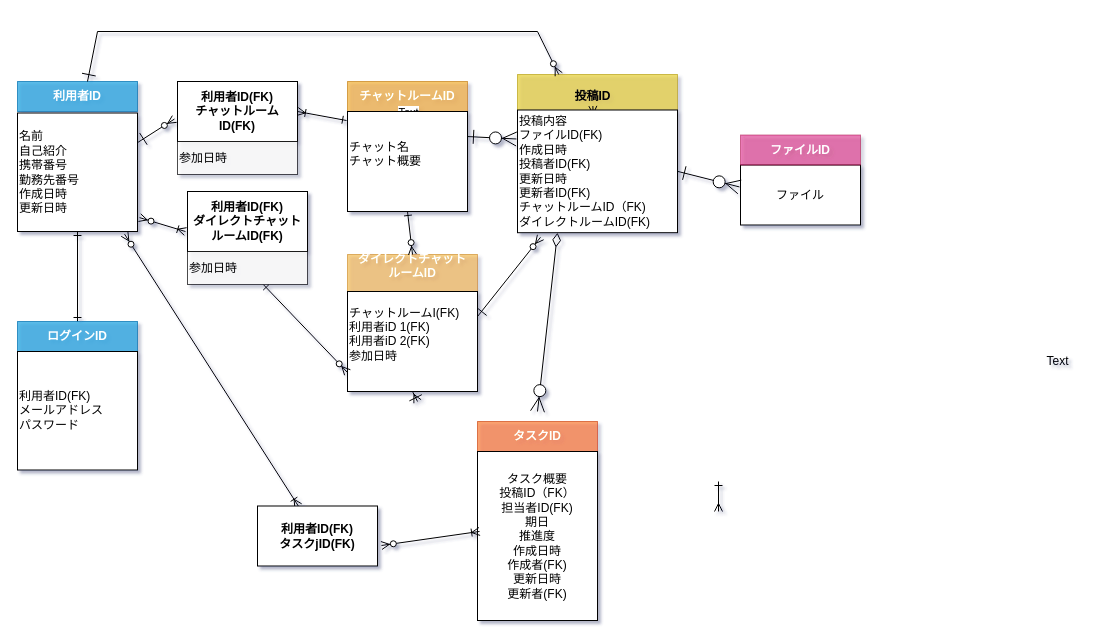
Earlier version of the draw.io diagram db/db-challenge1/db-challenge1.drawio (Yuina1012/quelcode-db). Source tidied: cells renumbered, new cells numbered last; positions are measured from the earlier drawing's top-left corner, leaving out a move shared by most shapes. Both pictures are drawn from the tidied source at 100%, with x=0, y=0 at pixel (17, 31).
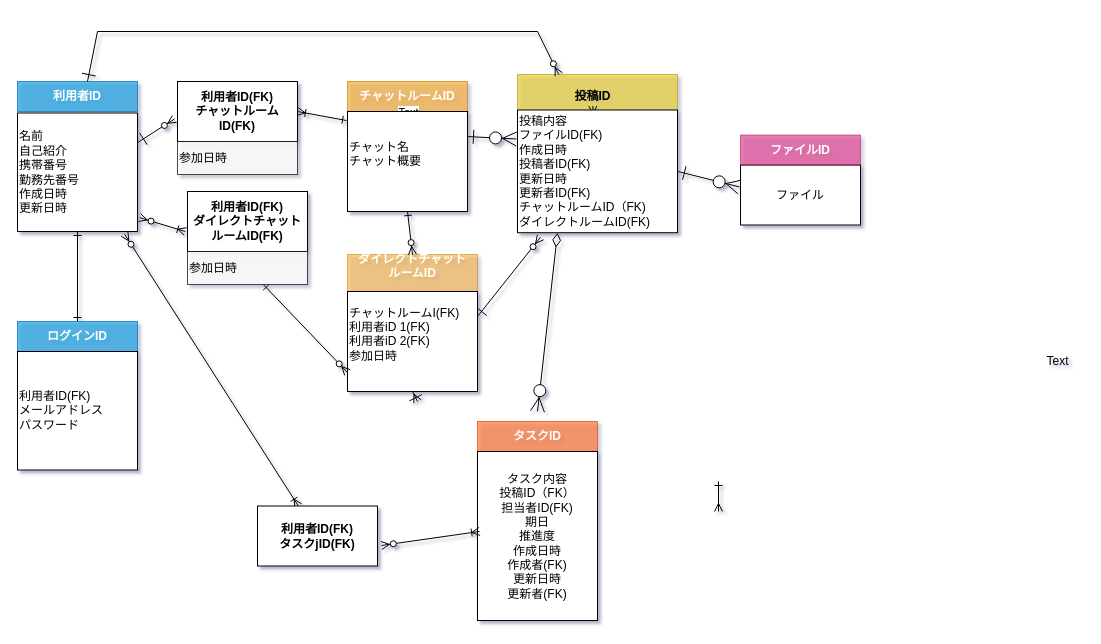
The same page after the edit.

Commit message:
タスクアトリビュート編集

Diff of the diagram source:
```diff
@@
-    <mxCell id="33" value="タスク概要&lt;br&gt;投稿ID（FK）&lt;br&gt;担当者ID(FK)&lt;br&gt;期日&lt;br&gt;推進度&lt;br&gt;作成日時&lt;br&gt;作成者(FK)&lt;br&gt;更新日時&lt;br&gt;更新者(FK)" style="rounded=0;whiteSpace=wrap;html=1;" parent="1" vertex="1">
+    <mxCell id="33" value="タスク内容&lt;br&gt;投稿ID（FK）&lt;br&gt;担当者ID(FK)&lt;br&gt;期日&lt;br&gt;推進度&lt;br&gt;作成日時&lt;br&gt;作成者(FK)&lt;br&gt;更新日時&lt;br&gt;更新者(FK)" style="rounded=0;whiteSpace=wrap;html=1;" parent="1" vertex="1">
       <mxGeometry x="460" y="420" width="120" height="169" as="geometry" />
     </mxCell>
```
